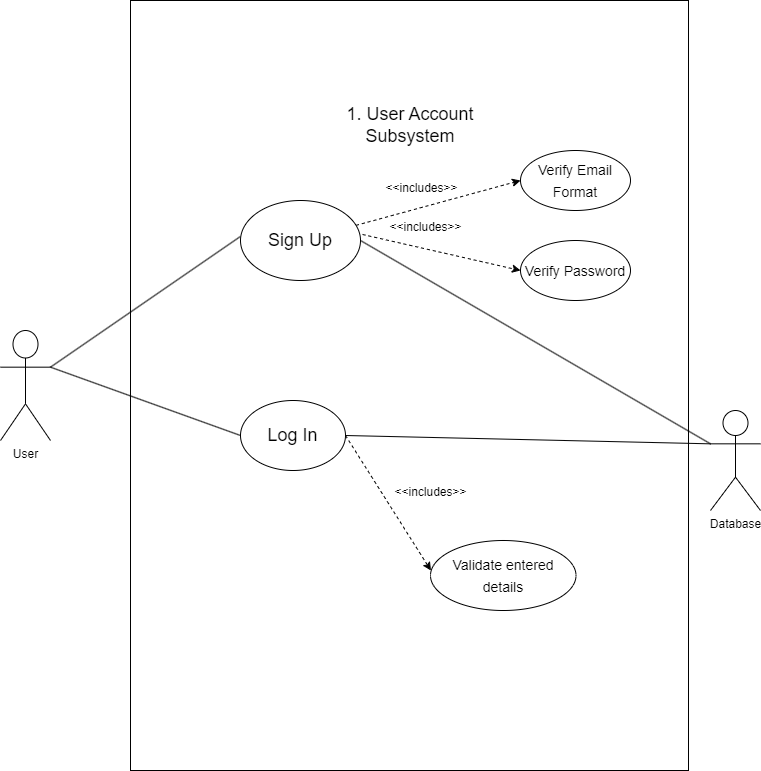
The draw.io diagram docs/doc_images/Account.png in COS301-SE-2024/TailWaggr, before a commit. Source tidied: cells renumbered, new cells last; positions are measured from the earlier drawing's top-left corner, leaving out a move shared by most shapes. The source it was exported from:
```xml
<mxGraphModel>
  <root>
    <mxCell id="0" />
    <mxCell id="1" parent="0" />
    <mxCell id="2" style="rounded=0;whiteSpace=wrap;html=1;" parent="1" vertex="1">
      <mxGeometry x="130" width="558" height="770" as="geometry" />
    </mxCell>
    <mxCell id="3" style="edgeStyle=none;html=1;fontSize=12;endArrow=none;endFill=0;entryX=-0.001;entryY=0.45;entryDx=0;entryDy=0;entryPerimeter=0;exitX=1;exitY=0.3333333333333333;exitDx=0;exitDy=0;exitPerimeter=0;" parent="1" edge="1" source="4" target="9">
      <mxGeometry relative="1" as="geometry" />
    </mxCell>
    <mxCell id="4" value="User" style="shape=umlActor;verticalLabelPosition=bottom;verticalAlign=top;html=1;outlineConnect=0;" parent="1" vertex="1">
      <mxGeometry y="330" width="50" height="110" as="geometry" />
    </mxCell>
    <mxCell id="5" value="Database" style="shape=umlActor;verticalLabelPosition=bottom;verticalAlign=top;html=1;outlineConnect=0;" parent="1" vertex="1">
      <mxGeometry x="710" y="410" width="50" height="100" as="geometry" />
    </mxCell>
    <mxCell id="6" value="1. User Account Subsystem" style="text;html=1;strokeColor=none;fillColor=none;align=center;verticalAlign=middle;whiteSpace=wrap;rounded=0;fontSize=18;" parent="1" vertex="1">
      <mxGeometry x="315" y="110" width="190" height="30" as="geometry" />
    </mxCell>
    <mxCell id="7" style="edgeStyle=none;html=1;entryX=0;entryY=0.5;entryDx=0;entryDy=0;fontSize=18;endArrow=classic;endFill=1;dashed=1;" parent="1" edge="1" source="9" target="11">
      <mxGeometry relative="1" as="geometry" />
    </mxCell>
    <mxCell id="8" value="&lt;font style=&quot;font-size: 12px;&quot;&gt;&amp;lt;&amp;lt;includes&amp;gt;&amp;gt;&lt;/font&gt;" style="edgeLabel;html=1;align=center;verticalAlign=middle;fontSize=14;" parent="7" vertex="1">
      <mxGeometry x="-0.25" y="1" relative="1" as="geometry">
        <mxPoint x="3" y="-21" as="offset" />
      </mxGeometry>
    </mxCell>
    <mxCell id="9" value="Sign Up" style="ellipse;whiteSpace=wrap;html=1;fontSize=18;" parent="1" vertex="1">
      <mxGeometry x="240" y="200" width="120" height="80" as="geometry" />
    </mxCell>
    <mxCell id="10" style="edgeStyle=none;html=1;entryX=0;entryY=0.3333333333333333;entryDx=0;entryDy=0;entryPerimeter=0;fontSize=12;endArrow=none;endFill=0;exitX=1;exitY=0.5;exitDx=0;exitDy=0;" parent="1" edge="1" source="9" target="5">
      <mxGeometry relative="1" as="geometry" />
    </mxCell>
    <mxCell id="11" value="&lt;font style=&quot;font-size: 14px;&quot;&gt;Verify Email Format&lt;/font&gt;" style="ellipse;whiteSpace=wrap;html=1;fontSize=18;" parent="1" vertex="1">
      <mxGeometry x="520" y="150" width="110" height="60" as="geometry" />
    </mxCell>
    <mxCell id="12" value="Log In" style="ellipse;whiteSpace=wrap;html=1;fontSize=18;" parent="1" vertex="1">
      <mxGeometry x="240" y="400" width="105" height="70" as="geometry" />
    </mxCell>
    <mxCell id="13" style="edgeStyle=none;html=1;fontSize=12;endArrow=none;endFill=0;entryX=0;entryY=0.5;entryDx=0;entryDy=0;exitX=1;exitY=0.3333333333333333;exitDx=0;exitDy=0;exitPerimeter=0;" parent="1" edge="1" source="4" target="12">
      <mxGeometry relative="1" as="geometry" />
    </mxCell>
    <mxCell id="14" style="edgeStyle=none;html=1;fontSize=12;endArrow=none;endFill=0;entryX=0;entryY=0.3333333333333333;entryDx=0;entryDy=0;entryPerimeter=0;exitX=1;exitY=0.5;exitDx=0;exitDy=0;" parent="1" edge="1" source="12" target="5">
      <mxGeometry relative="1" as="geometry" />
    </mxCell>
    <mxCell id="15" style="edgeStyle=none;html=1;fontSize=18;endArrow=classic;endFill=1;exitX=1.017;exitY=0.425;exitDx=0;exitDy=0;exitPerimeter=0;entryX=0;entryY=0.5;entryDx=0;entryDy=0;dashed=1;" parent="1" edge="1" source="9" target="17">
      <mxGeometry relative="1" as="geometry" />
    </mxCell>
    <mxCell id="16" value="&lt;font style=&quot;font-size: 12px;&quot;&gt;&amp;lt;&amp;lt;includes&amp;gt;&amp;gt;&lt;/font&gt;" style="edgeLabel;html=1;align=center;verticalAlign=middle;fontSize=14;" parent="15" vertex="1">
      <mxGeometry x="-0.25" y="1" relative="1" as="geometry">
        <mxPoint x="3" y="-21" as="offset" />
      </mxGeometry>
    </mxCell>
    <mxCell id="17" value="&lt;font style=&quot;font-size: 14px;&quot;&gt;Verify Password&lt;/font&gt;" style="ellipse;whiteSpace=wrap;html=1;fontSize=18;" parent="1" vertex="1">
      <mxGeometry x="520" y="240" width="110" height="60" as="geometry" />
    </mxCell>
    <mxCell id="18" value="&lt;font style=&quot;font-size: 14px;&quot;&gt;Validate entered details&lt;/font&gt;" style="ellipse;whiteSpace=wrap;html=1;fontSize=18;" parent="1" vertex="1">
      <mxGeometry x="430" y="540" width="145.5" height="70" as="geometry" />
    </mxCell>
    <mxCell id="19" style="edgeStyle=none;html=1;entryX=0.003;entryY=0.429;entryDx=0;entryDy=0;fontSize=18;endArrow=classic;endFill=1;exitX=1;exitY=0.5;exitDx=0;exitDy=0;entryPerimeter=0;dashed=1;" parent="1" edge="1" source="12" target="18">
      <mxGeometry relative="1" as="geometry" />
    </mxCell>
    <mxCell id="20" value="&lt;font style=&quot;font-size: 12px;&quot;&gt;&amp;lt;&amp;lt;includes&amp;gt;&amp;gt;&lt;/font&gt;" style="edgeLabel;html=1;align=center;verticalAlign=middle;fontSize=14;" parent="19" vertex="1">
      <mxGeometry x="-0.25" y="1" relative="1" as="geometry">
        <mxPoint x="52" y="5" as="offset" />
      </mxGeometry>
    </mxCell>
  </root>
</mxGraphModel>
```
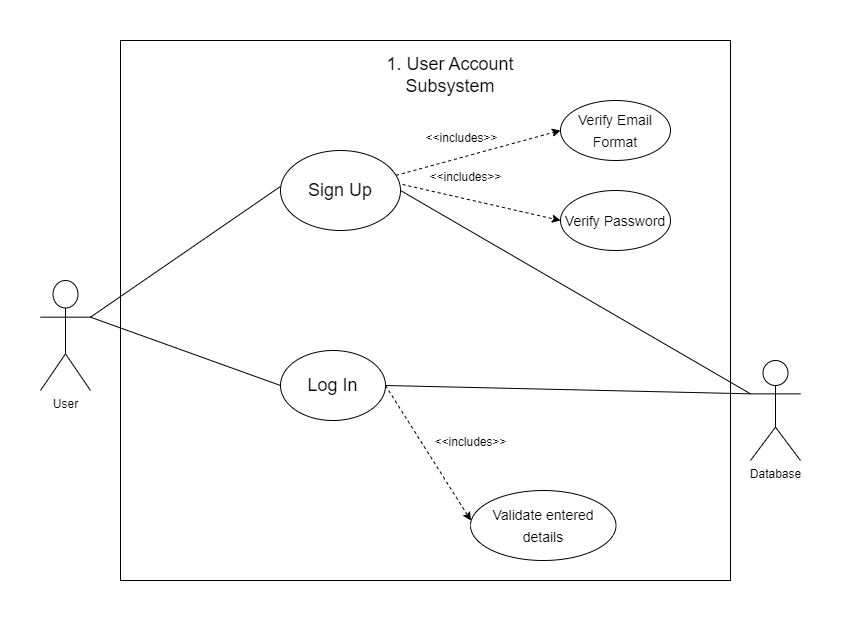
After the change.

Commit message:
updated account diagram

The edit, as a diff of the source:
```diff
@@ -2,8 +2,8 @@
   <root>
     <mxCell id="0" />
     <mxCell id="1" parent="0" />
-    <mxCell id="2" style="rounded=0;whiteSpace=wrap;html=1;" parent="1" vertex="1">
-      <mxGeometry x="130" width="558" height="770" as="geometry" />
+    <mxCell id="2" style="rounded=0;whiteSpace=wrap;html=1;fillColor=none;" parent="1" vertex="1">
+      <mxGeometry x="80" y="90" width="610" height="540" as="geometry" />
     </mxCell>
     <mxCell id="3" style="edgeStyle=none;html=1;fontSize=12;endArrow=none;endFill=0;entryX=-0.001;entryY=0.45;entryDx=0;entryDy=0;entryPerimeter=0;exitX=1;exitY=0.3333333333333333;exitDx=0;exitDy=0;exitPerimeter=0;" parent="1" edge="1" source="4" target="9">
       <mxGeometry relative="1" as="geometry" />
```
